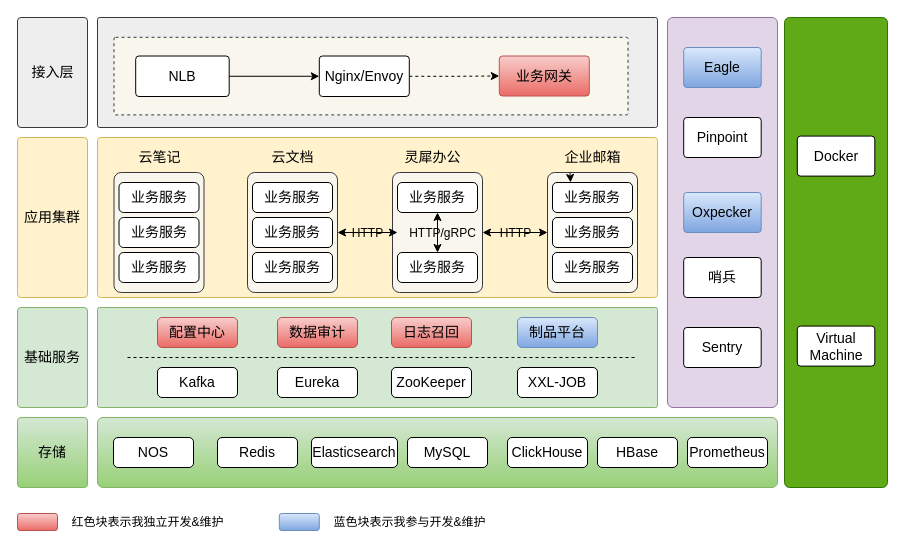
The draw.io diagram page "灵犀架构图" (1 of 8) of Untitled Diagram.drawio in maxuewen/draw.io, before the edit. Source tidied: cells renumbered, new cells numbered last; positions are measured from the earlier drawing's top-left corner, leaving out a move shared by most shapes. Both pictures are drawn from the tidied source at 100%, with x=0, y=0 at pixel (17, 17).
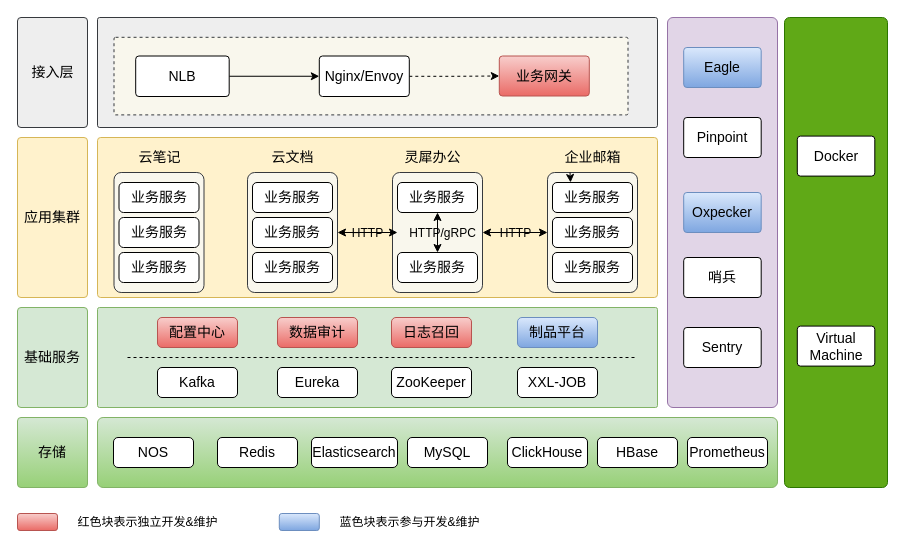
After the change.

Diff of the diagram source:
```diff
@@
-    <mxCell id="67" value="红色块表示我独立开发&amp;amp;维护" style="text;html=1;align=center;verticalAlign=middle;strokeColor=none;fillColor=none;fontSize=12;" parent="1" vertex="1">
-      <mxGeometry x="40" y="490" width="180" height="30" as="geometry" />
+    <mxCell id="67" value="红色块表示独立开发&amp;amp;维护" style="text;html=1;align=center;verticalAlign=middle;strokeColor=none;fillColor=none;fontSize=12;" parent="1" vertex="1">
+      <mxGeometry x="50" y="490" width="160" height="30" as="geometry" />
     </mxCell>
@@
-    <mxCell id="69" value="蓝色块表示我参与开发&amp;amp;维护" style="text;html=1;align=center;verticalAlign=middle;strokeColor=none;fillColor=none;fontSize=12;" parent="1" vertex="1">
-      <mxGeometry x="301.8" y="490" width="180" height="30" as="geometry" />
+    <mxCell id="69" value="蓝色块表示参与开发&amp;amp;维护" style="text;html=1;align=center;verticalAlign=middle;strokeColor=none;fillColor=none;fontSize=12;" parent="1" vertex="1">
+      <mxGeometry x="311.8" y="490" width="160" height="30" as="geometry" />
     </mxCell>
```
